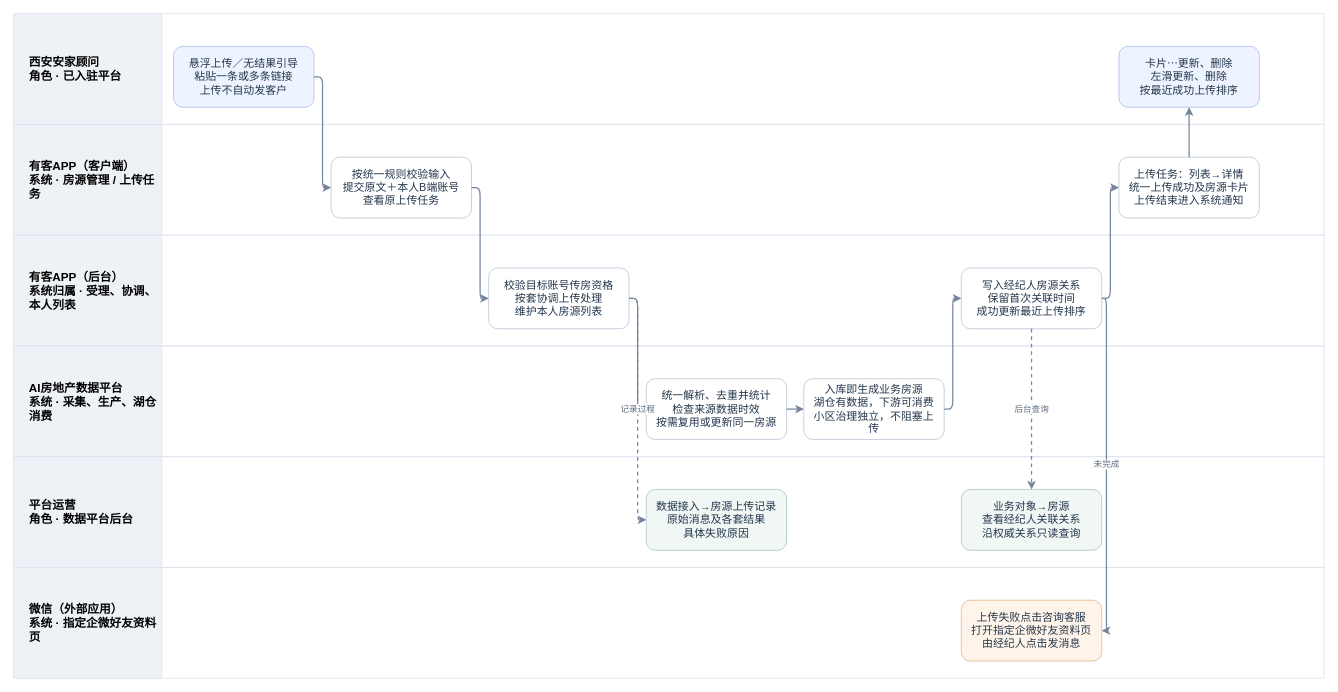
This is page "APP独立上传｜角色与系统泳道" (1 of 3) of B端发房共用资源/V3.0-B端房源上传与管理-角色与系统业务流程.drawio from JZT-AI/ai-real-estate-platform-v3-prototype, a draw.io file, before an edit. Source tidied: cells renumbered, new cells numbered last; positions are measured from the earlier drawing's top-left corner, leaving out a move shared by most shapes. Both pictures are drawn from the tidied source at 78%, with x=0, y=0 at pixel (13, 13).
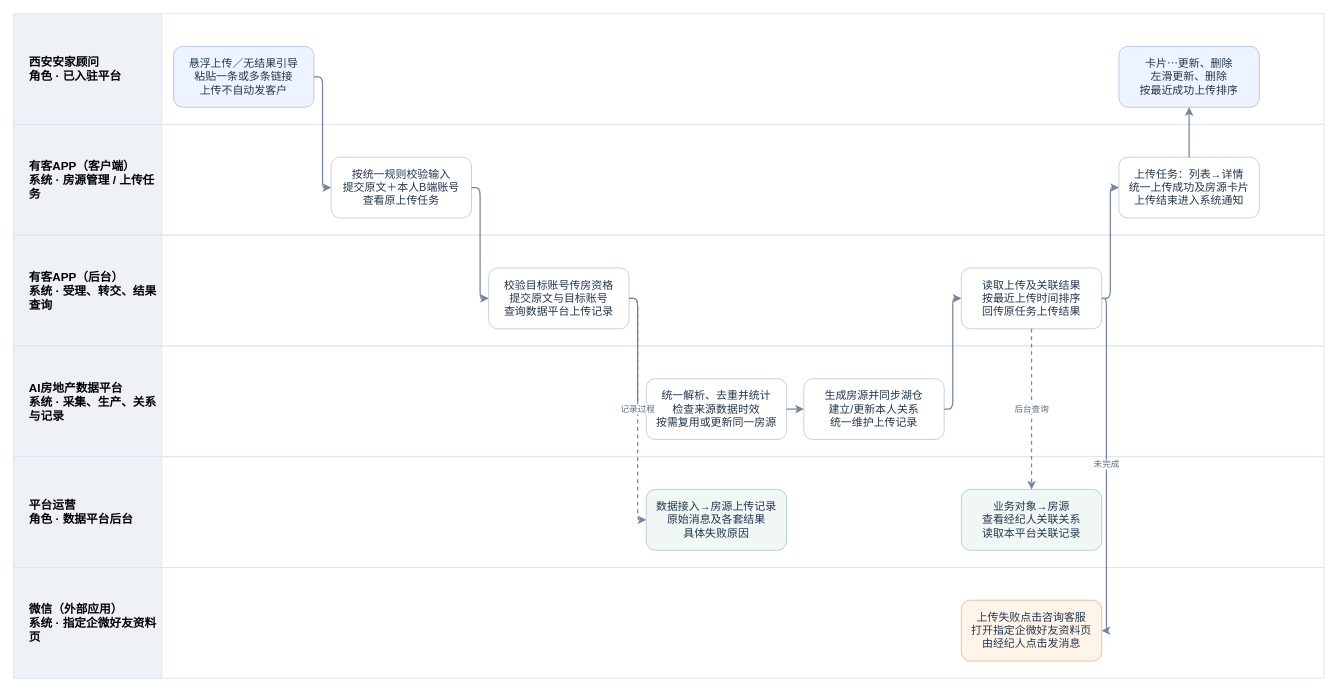
The same page after the edit.

The change refers to these unchanged cells:
```xml
<mxCell id="6" style="swimlane;horizontal=1;startSize=0;fillColor=#ffffff;strokeColor=#dce3ed;" parent="1" vertex="1">
  <mxGeometry y="284" width="1680" height="142" as="geometry" />
</mxCell>
<mxCell id="8" style="swimlane;horizontal=1;startSize=0;fillColor=#f8fafc;strokeColor=#dce3ed;" parent="1" vertex="1">
  <mxGeometry y="426" width="1680" height="142" as="geometry" />
</mxCell>
<mxCell id="10" style="swimlane;horizontal=1;startSize=0;fillColor=#ffffff;strokeColor=#dce3ed;" parent="1" vertex="1">
  <mxGeometry y="568" width="1680" height="142" as="geometry" />
</mxCell>
```

Change to the diagram source:
```diff
@@
-    <mxCell id="7" value="有客APP（后台）&lt;br&gt;系统归属 · 受理、协调、本人列表" style="rounded=0;whiteSpace=wrap;html=1;fillColor=#eef2f7;strokeColor=#dce3ed;fontSize=15;fontStyle=1;align=left;spacingLeft=18;" parent="6" vertex="1">
+    <mxCell id="7" value="有客APP（后台）&lt;br&gt;系统 · 受理、转交、结果查询" style="rounded=0;whiteSpace=wrap;html=1;fillColor=#eef2f7;strokeColor=#dce3ed;fontSize=15;fontStyle=1;align=left;spacingLeft=18;" parent="6" vertex="1">
       <mxGeometry width="190" height="142" as="geometry" />
     </mxCell>
@@
-    <mxCell id="9" value="AI房地产数据平台&lt;br&gt;系统 · 采集、生产、湖仓消费" style="rounded=0;whiteSpace=wrap;html=1;fillColor=#eef2f7;strokeColor=#dce3ed;fontSize=15;fontStyle=1;align=left;spacingLeft=18;" parent="8" vertex="1">
+    <mxCell id="9" value="AI房地产数据平台&lt;br&gt;系统 · 采集、生产、关系与记录" style="rounded=0;whiteSpace=wrap;html=1;fillColor=#eef2f7;strokeColor=#dce3ed;fontSize=15;fontStyle=1;align=left;spacingLeft=18;" parent="8" vertex="1">
       <mxGeometry width="190" height="142" as="geometry" />
     </mxCell>
@@
-    <mxCell id="16" value="校验目标账号传房资格&lt;br&gt;按套协调上传处理&lt;br&gt;维护本人房源列表" style="rounded=1;whiteSpace=wrap;html=1;fillColor=#fff;strokeColor=#b7c4d5;fontColor=#24364c;fontSize=14;spacing=8;" parent="6" vertex="1">
+    <mxCell id="16" value="校验目标账号传房资格&lt;br&gt;提交原文与目标账号&lt;br&gt;查询数据平台上传记录" style="rounded=1;whiteSpace=wrap;html=1;fillColor=#fff;strokeColor=#b7c4d5;fontColor=#24364c;fontSize=14;spacing=8;" parent="6" vertex="1">
       <mxGeometry x="609" y="42" width="180" height="78" as="geometry" />
     </mxCell>
@@
-    <mxCell id="18" value="入库即生成业务房源&lt;br&gt;湖仓有数据，下游可消费&lt;br&gt;小区治理独立，不阻塞上传" style="rounded=1;whiteSpace=wrap;html=1;fillColor=#fff;strokeColor=#b7c4d5;fontColor=#24364c;fontSize=14;spacing=8;" parent="8" vertex="1">
+    <mxCell id="18" value="生成房源并同步湖仓&lt;br&gt;建立/更新本人关系&lt;br&gt;统一维护上传记录" style="rounded=1;whiteSpace=wrap;html=1;fillColor=#fff;strokeColor=#b7c4d5;fontColor=#24364c;fontSize=14;spacing=8;" parent="8" vertex="1">
       <mxGeometry x="1013" y="42" width="180" height="78" as="geometry" />
     </mxCell>
-    <mxCell id="19" value="写入经纪人房源关系&lt;br&gt;保留首次关联时间&lt;br&gt;成功更新最近上传排序" style="rounded=1;whiteSpace=wrap;html=1;fillColor=#fff;strokeColor=#b7c4d5;fontColor=#24364c;fontSize=14;spacing=8;" parent="6" vertex="1">
+    <mxCell id="19" value="读取上传及关联结果&lt;br&gt;按最近上传时间排序&lt;br&gt;回传原任务上传结果" style="rounded=1;whiteSpace=wrap;html=1;fillColor=#fff;strokeColor=#b7c4d5;fontColor=#24364c;fontSize=14;spacing=8;" parent="6" vertex="1">
       <mxGeometry x="1215" y="42" width="180" height="78" as="geometry" />
     </mxCell>
@@
-    <mxCell id="23" value="业务对象→房源&lt;br&gt;查看经纪人关联关系&lt;br&gt;沿权威关系只读查询" style="rounded=1;whiteSpace=wrap;html=1;fillColor=#f0f7f5;strokeColor=#a6c7bb;fontColor=#24364c;fontSize=14;spacing=8;" parent="10" vertex="1">
+    <mxCell id="23" value="业务对象→房源&lt;br&gt;查看经纪人关联关系&lt;br&gt;读取本平台关联记录" style="rounded=1;whiteSpace=wrap;html=1;fillColor=#f0f7f5;strokeColor=#a6c7bb;fontColor=#24364c;fontSize=14;spacing=8;" parent="10" vertex="1">
       <mxGeometry x="1215" y="42" width="180" height="78" as="geometry" />
     </mxCell>
```
